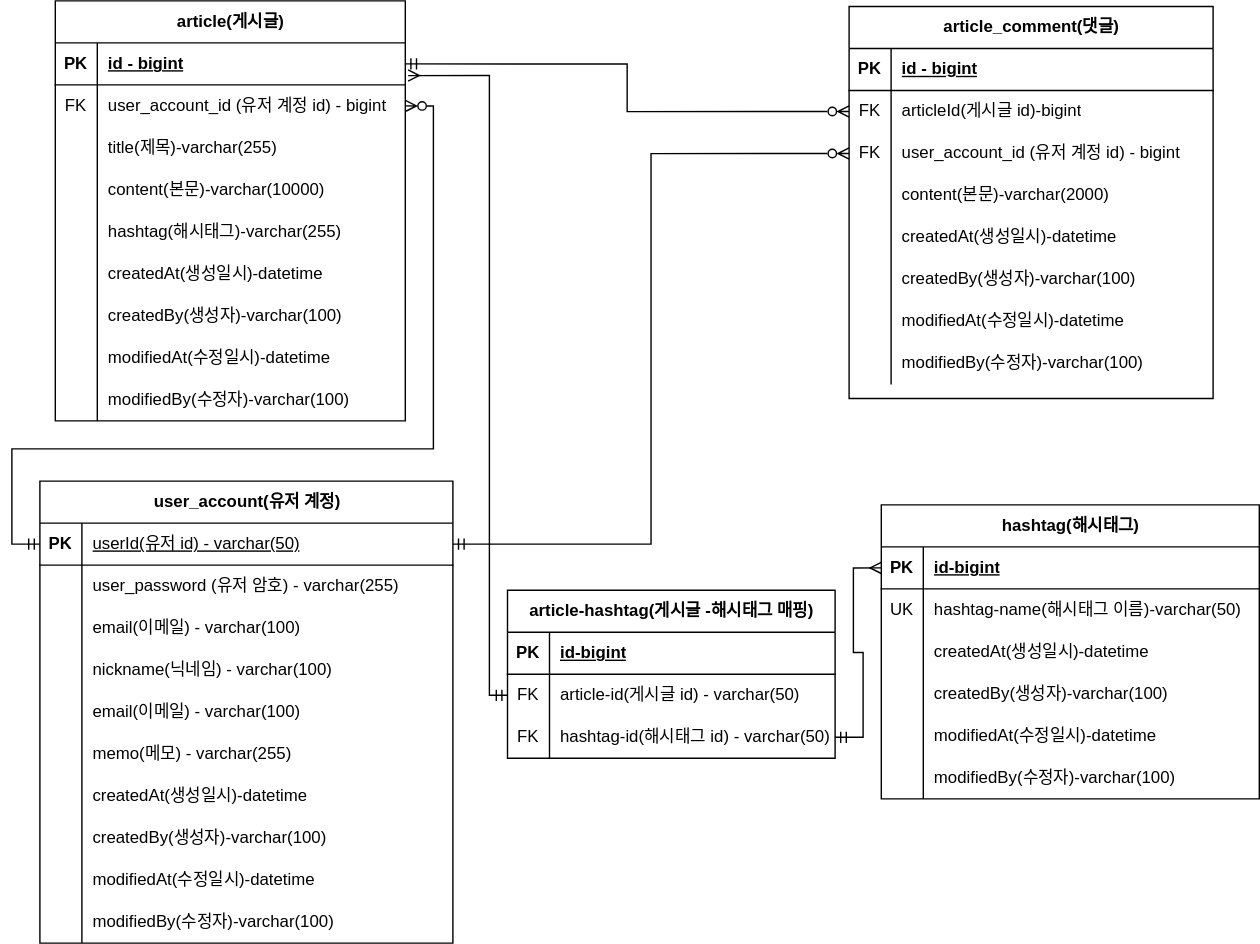
Above: document/project-board-erd.drawio.svg in Kim-Hyeong-June/fastcampus-project-board (draw.io), before the change. Source tidied: cells renumbered, new cells last; positions are measured from the earlier drawing's top-left corner, leaving out a move shared by most shapes.
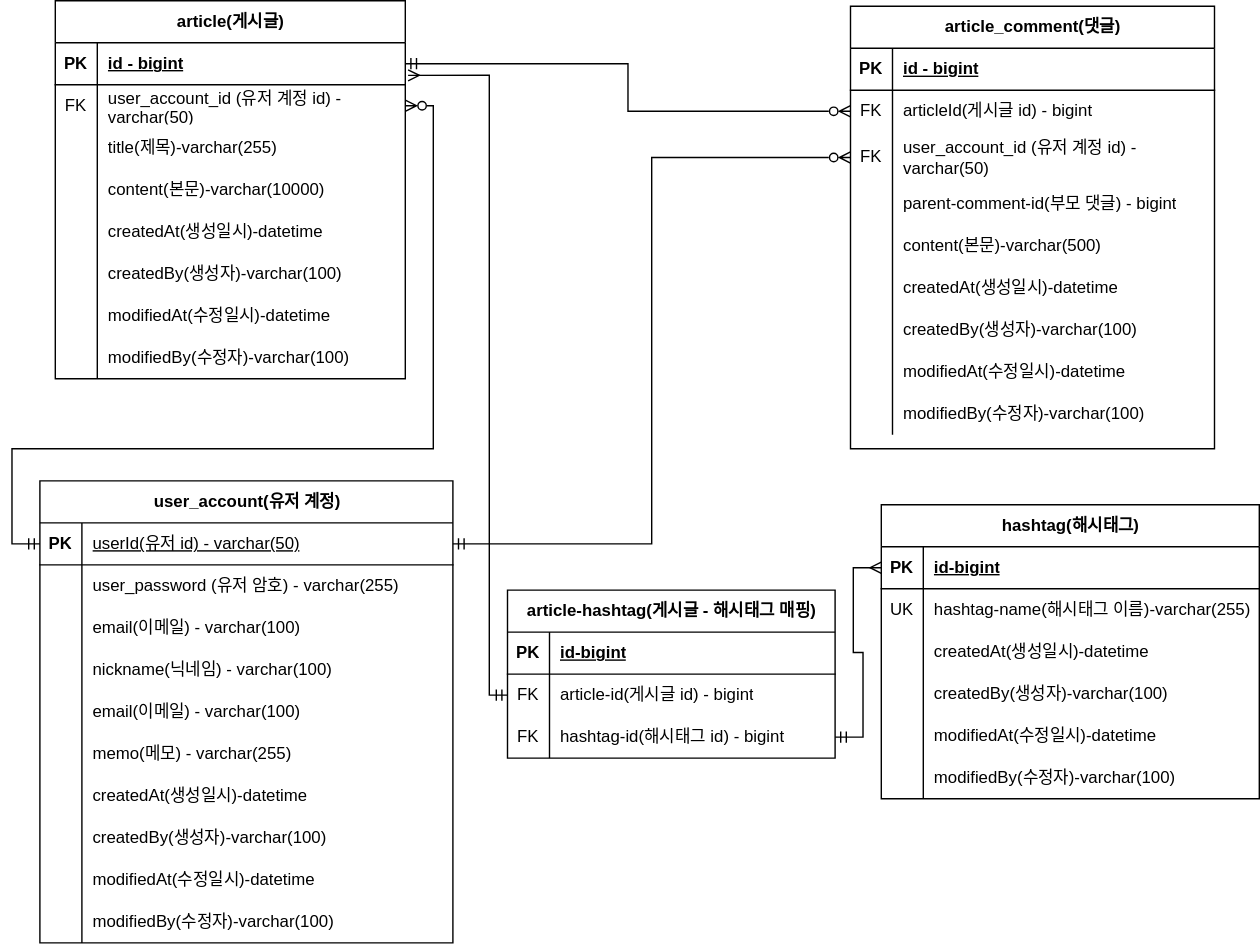
After the change.

Commit message:
대댓글 업데이트 및 데이터 타입 반영

The edit, as a diff of the source:
```diff
@@ -3,7 +3,7 @@
     <mxCell id="0" />
     <mxCell id="1" parent="0" />
     <mxCell id="2" value="article(게시글)" style="shape=table;startSize=30;rowLines=0;fontStyle=1;align=center;html=1;" parent="1" vertex="1">
-      <mxGeometry x="31" width="250" height="300" as="geometry" />
+      <mxGeometry x="31" width="250" height="270" as="geometry" />
     </mxCell>
     <mxCell id="3" style="shape=tableRow;horizontal=0;startSize=0;swimlaneHead=0;swimlaneBody=0;fillColor=none;points=[[0,0.5],[1,0.5]];portConstraint=eastwest;top=0;left=0;right=0;bottom=1;" parent="2" vertex="1">
       <mxGeometry y="30" width="250" height="30" as="geometry" />
@@ -20,7 +20,7 @@
     <mxCell id="7" value="FK" style="shape=partialRectangle;fillColor=none;top=0;left=0;bottom=0;right=0;overflow=hidden;whiteSpace=wrap;html=1;" parent="6" vertex="1">
       <mxGeometry width="30" height="30" as="geometry" />
     </mxCell>
-    <mxCell id="8" value="user_account_id (유저 계정 id) - bigint" style="shape=partialRectangle;fillColor=none;top=0;left=0;bottom=0;right=0;align=left;spacingLeft=6;overflow=hidden;whiteSpace=wrap;html=1;" parent="6" vertex="1">
+    <mxCell id="8" value="user_account_id (유저 계정 id) - varchar(50)" style="shape=partialRectangle;fillColor=none;top=0;left=0;bottom=0;right=0;align=left;spacingLeft=6;overflow=hidden;whiteSpace=wrap;html=1;" parent="6" vertex="1">
       <mxGeometry x="30" width="220" height="30" as="geometry" />
     </mxCell>
     <mxCell id="9" style="shape=tableRow;horizontal=0;startSize=0;swimlaneHead=0;swimlaneBody=0;fillColor=none;top=0;left=0;right=0;bottom=0;" parent="2" vertex="1">
@@ -41,17 +41,8 @@
     <mxCell id="14" value="content(본문)-varchar(10000)" style="shape=partialRectangle;fillColor=none;top=0;left=0;bottom=0;right=0;align=left;spacingLeft=6;overflow=hidden;whiteSpace=wrap;html=1;" parent="12" vertex="1">
       <mxGeometry x="30" width="220" height="30" as="geometry" />
     </mxCell>
-    <mxCell id="15" style="shape=tableRow;horizontal=0;startSize=0;swimlaneHead=0;swimlaneBody=0;fillColor=none;top=0;left=0;right=0;bottom=0;" parent="2" vertex="1">
-      <mxGeometry y="150" width="250" height="30" as="geometry" />
-    </mxCell>
-    <mxCell id="16" style="shape=partialRectangle;fillColor=none;top=0;left=0;bottom=0;right=0;overflow=hidden;whiteSpace=wrap;html=1;" parent="15" vertex="1">
-      <mxGeometry width="30" height="30" as="geometry" />
-    </mxCell>
-    <mxCell id="17" value="hashtag(해시태그)-varchar(255)" style="shape=partialRectangle;fillColor=none;top=0;left=0;bottom=0;right=0;align=left;spacingLeft=6;overflow=hidden;whiteSpace=wrap;html=1;" parent="15" vertex="1">
-      <mxGeometry x="30" width="220" height="30" as="geometry" />
-    </mxCell>
     <mxCell id="18" style="shape=tableRow;horizontal=0;startSize=0;swimlaneHead=0;swimlaneBody=0;fillColor=none;top=0;left=0;right=0;bottom=0;" parent="2" vertex="1">
-      <mxGeometry y="180" width="250" height="30" as="geometry" />
+      <mxGeometry y="150" width="250" height="30" as="geometry" />
     </mxCell>
     <mxCell id="19" style="shape=partialRectangle;fillColor=none;top=0;left=0;bottom=0;right=0;overflow=hidden;whiteSpace=wrap;html=1;" parent="18" vertex="1">
       <mxGeometry width="30" height="30" as="geometry" />
@@ -60,7 +51,7 @@
       <mxGeometry x="30" width="220" height="30" as="geometry" />
     </mxCell>
     <mxCell id="21" style="shape=tableRow;horizontal=0;startSize=0;swimlaneHead=0;swimlaneBody=0;fillColor=none;top=0;left=0;right=0;bottom=0;" parent="2" vertex="1">
-      <mxGeometry y="210" width="250" height="30" as="geometry" />
+      <mxGeometry y="180" width="250" height="30" as="geometry" />
     </mxCell>
     <mxCell id="22" style="shape=partialRectangle;fillColor=none;top=0;left=0;bottom=0;right=0;overflow=hidden;whiteSpace=wrap;html=1;" parent="21" vertex="1">
       <mxGeometry width="30" height="30" as="geometry" />
@@ -69,7 +60,7 @@
       <mxGeometry x="30" width="220" height="30" as="geometry" />
     </mxCell>
     <mxCell id="24" style="shape=tableRow;horizontal=0;startSize=0;swimlaneHead=0;swimlaneBody=0;fillColor=none;top=0;left=0;right=0;bottom=0;" parent="2" vertex="1">
-      <mxGeometry y="240" width="250" height="30" as="geometry" />
+      <mxGeometry y="210" width="250" height="30" as="geometry" />
     </mxCell>
     <mxCell id="25" style="shape=partialRectangle;fillColor=none;top=0;left=0;bottom=0;right=0;overflow=hidden;whiteSpace=wrap;html=1;" parent="24" vertex="1">
       <mxGeometry width="30" height="30" as="geometry" />
@@ -78,7 +69,7 @@
       <mxGeometry x="30" width="220" height="30" as="geometry" />
     </mxCell>
     <mxCell id="27" style="shape=tableRow;horizontal=0;startSize=0;swimlaneHead=0;swimlaneBody=0;fillColor=none;top=0;left=0;right=0;bottom=0;" parent="2" vertex="1">
-      <mxGeometry y="270" width="250" height="30" as="geometry" />
+      <mxGeometry y="240" width="250" height="30" as="geometry" />
     </mxCell>
     <mxCell id="28" style="shape=partialRectangle;fillColor=none;top=0;left=0;bottom=0;right=0;overflow=hidden;whiteSpace=wrap;html=1;" parent="27" vertex="1">
       <mxGeometry width="30" height="30" as="geometry" />
@@ -87,7 +78,7 @@
       <mxGeometry x="30" width="220" height="30" as="geometry" />
     </mxCell>
     <mxCell id="30" value="article_comment(댓글)" style="shape=table;startSize=30;rowLines=0;fontStyle=1;align=center;html=1;" parent="1" vertex="1">
-      <mxGeometry x="598" y="4" width="260" height="280" as="geometry" />
+      <mxGeometry x="599" y="4" width="260" height="316" as="geometry" />
     </mxCell>
     <mxCell id="31" style="shape=tableRow;horizontal=0;startSize=0;swimlaneHead=0;swimlaneBody=0;fillColor=none;top=0;left=0;right=0;bottom=1;" parent="30" vertex="1">
       <mxGeometry y="30" width="260" height="30" as="geometry" />
@@ -104,29 +95,38 @@
     <mxCell id="35" value="FK" style="shape=partialRectangle;fillColor=none;top=0;left=0;bottom=0;right=0;overflow=hidden;whiteSpace=wrap;html=1;" parent="34" vertex="1">
       <mxGeometry width="30" height="30" as="geometry" />
     </mxCell>
-    <mxCell id="36" value="articleId(게시글 id)-bigint" style="shape=partialRectangle;fillColor=none;top=0;left=0;bottom=0;right=0;align=left;spacingLeft=6;overflow=hidden;whiteSpace=wrap;html=1;" parent="34" vertex="1">
+    <mxCell id="36" value="articleId(게시글 id) - bigint" style="shape=partialRectangle;fillColor=none;top=0;left=0;bottom=0;right=0;align=left;spacingLeft=6;overflow=hidden;whiteSpace=wrap;html=1;" parent="34" vertex="1">
       <mxGeometry x="30" width="230" height="30" as="geometry" />
     </mxCell>
     <mxCell id="37" style="shape=tableRow;horizontal=0;startSize=0;swimlaneHead=0;swimlaneBody=0;fillColor=none;points=[[0,0.5],[1,0.5]];portConstraint=eastwest;top=0;left=0;right=0;bottom=0;" parent="30" vertex="1">
-      <mxGeometry y="90" width="260" height="30" as="geometry" />
+      <mxGeometry y="90" width="260" height="36" as="geometry" />
     </mxCell>
     <mxCell id="38" value="FK" style="shape=partialRectangle;fillColor=none;top=0;left=0;bottom=0;right=0;overflow=hidden;whiteSpace=wrap;html=1;" parent="37" vertex="1">
-      <mxGeometry width="30" height="30" as="geometry" />
+      <mxGeometry width="30" height="36" as="geometry" />
     </mxCell>
-    <mxCell id="39" value="user_account_id (유저 계정 id) - bigint" style="shape=partialRectangle;fillColor=none;top=0;left=0;bottom=0;right=0;align=left;spacingLeft=6;overflow=hidden;whiteSpace=wrap;html=1;" parent="37" vertex="1">
-      <mxGeometry x="30" width="230" height="30" as="geometry" />
+    <mxCell id="39" value="user_account_id (유저 계정 id) - varchar(50)" style="shape=partialRectangle;fillColor=none;top=0;left=0;bottom=0;right=0;align=left;spacingLeft=6;overflow=hidden;whiteSpace=wrap;html=1;" parent="37" vertex="1">
+      <mxGeometry x="30" width="230" height="36" as="geometry" />
     </mxCell>
+    <mxCell id="120" style="shape=tableRow;horizontal=0;startSize=0;swimlaneHead=0;swimlaneBody=0;fillColor=none;top=0;left=0;right=0;bottom=0;" parent="30" vertex="1">
+      <mxGeometry y="126" width="260" height="30" as="geometry" />
+    </mxCell>
+    <mxCell id="16" style="shape=partialRectangle;fillColor=none;top=0;left=0;bottom=0;right=0;overflow=hidden;whiteSpace=wrap;html=1;" parent="120" vertex="1">
+      <mxGeometry width="30" height="30" as="geometry" />
+    </mxCell>
+    <mxCell id="121" value="parent-comment-id(부모 댓글) - bigint" style="shape=partialRectangle;fillColor=none;top=0;left=0;bottom=0;right=0;align=left;spacingLeft=6;overflow=hidden;whiteSpace=wrap;html=1;" parent="120" vertex="1">
+      <mxGeometry x="30" width="230" height="30" as="geometry" />
+    </mxCell>
     <mxCell id="40" style="shape=tableRow;horizontal=0;startSize=0;swimlaneHead=0;swimlaneBody=0;fillColor=none;top=0;left=0;right=0;bottom=0;" parent="30" vertex="1">
-      <mxGeometry y="120" width="260" height="30" as="geometry" />
+      <mxGeometry y="156" width="260" height="30" as="geometry" />
     </mxCell>
     <mxCell id="41" style="shape=partialRectangle;fillColor=none;top=0;left=0;bottom=0;right=0;overflow=hidden;whiteSpace=wrap;html=1;" parent="40" vertex="1">
       <mxGeometry width="30" height="30" as="geometry" />
     </mxCell>
-    <mxCell id="42" value="content(본문)-varchar(2000)" style="shape=partialRectangle;fillColor=none;top=0;left=0;bottom=0;right=0;align=left;spacingLeft=6;overflow=hidden;whiteSpace=wrap;html=1;" parent="40" vertex="1">
+    <mxCell id="42" value="content(본문)-varchar(500)" style="shape=partialRectangle;fillColor=none;top=0;left=0;bottom=0;right=0;align=left;spacingLeft=6;overflow=hidden;whiteSpace=wrap;html=1;" parent="40" vertex="1">
       <mxGeometry x="30" width="230" height="30" as="geometry" />
     </mxCell>
     <mxCell id="43" style="shape=tableRow;horizontal=0;startSize=0;swimlaneHead=0;swimlaneBody=0;fillColor=none;top=0;left=0;right=0;bottom=0;" parent="30" vertex="1">
-      <mxGeometry y="150" width="260" height="30" as="geometry" />
+      <mxGeometry y="186" width="260" height="30" as="geometry" />
     </mxCell>
     <mxCell id="44" style="shape=partialRectangle;fillColor=none;top=0;left=0;bottom=0;right=0;overflow=hidden;whiteSpace=wrap;html=1;" parent="43" vertex="1">
       <mxGeometry width="30" height="30" as="geometry" />
@@ -135,7 +135,7 @@
       <mxGeometry x="30" width="230" height="30" as="geometry" />
     </mxCell>
     <mxCell id="46" style="shape=tableRow;horizontal=0;startSize=0;swimlaneHead=0;swimlaneBody=0;fillColor=none;top=0;left=0;right=0;bottom=0;" parent="30" vertex="1">
-      <mxGeometry y="180" width="260" height="30" as="geometry" />
+      <mxGeometry y="216" width="260" height="30" as="geometry" />
     </mxCell>
     <mxCell id="47" style="shape=partialRectangle;fillColor=none;top=0;left=0;bottom=0;right=0;overflow=hidden;whiteSpace=wrap;html=1;" parent="46" vertex="1">
       <mxGeometry width="30" height="30" as="geometry" />
@@ -144,7 +144,7 @@
       <mxGeometry x="30" width="230" height="30" as="geometry" />
     </mxCell>
     <mxCell id="49" style="shape=tableRow;horizontal=0;startSize=0;swimlaneHead=0;swimlaneBody=0;fillColor=none;top=0;left=0;right=0;bottom=0;" parent="30" vertex="1">
-      <mxGeometry y="210" width="260" height="30" as="geometry" />
+      <mxGeometry y="246" width="260" height="30" as="geometry" />
     </mxCell>
     <mxCell id="50" style="shape=partialRectangle;fillColor=none;top=0;left=0;bottom=0;right=0;overflow=hidden;whiteSpace=wrap;html=1;" parent="49" vertex="1">
       <mxGeometry width="30" height="30" as="geometry" />
@@ -153,7 +153,7 @@
       <mxGeometry x="30" width="230" height="30" as="geometry" />
     </mxCell>
     <mxCell id="52" style="shape=tableRow;horizontal=0;startSize=0;swimlaneHead=0;swimlaneBody=0;fillColor=none;top=0;left=0;right=0;bottom=0;" parent="30" vertex="1">
-      <mxGeometry y="240" width="260" height="30" as="geometry" />
+      <mxGeometry y="276" width="260" height="30" as="geometry" />
     </mxCell>
     <mxCell id="53" style="shape=partialRectangle;fillColor=none;top=0;left=0;bottom=0;right=0;overflow=hidden;whiteSpace=wrap;html=1;" parent="52" vertex="1">
       <mxGeometry width="30" height="30" as="geometry" />
@@ -288,7 +288,7 @@
     <mxCell id="94" value="UK" style="shape=partialRectangle;fillColor=none;top=0;left=0;bottom=0;right=0;overflow=hidden;whiteSpace=wrap;html=1;" parent="93" vertex="1">
       <mxGeometry width="30" height="30" as="geometry" />
     </mxCell>
-    <mxCell id="95" value="hashtag-name(해시태그 이름)-varchar(50)" style="shape=partialRectangle;fillColor=none;top=0;left=0;bottom=0;right=0;align=left;spacingLeft=6;overflow=hidden;whiteSpace=wrap;html=1;" parent="93" vertex="1">
+    <mxCell id="95" value="hashtag-name(해시태그 이름)-varchar(255)" style="shape=partialRectangle;fillColor=none;top=0;left=0;bottom=0;right=0;align=left;spacingLeft=6;overflow=hidden;whiteSpace=wrap;html=1;" parent="93" vertex="1">
       <mxGeometry x="30" width="240" height="30" as="geometry" />
     </mxCell>
     <mxCell id="96" style="shape=tableRow;horizontal=0;startSize=0;swimlaneHead=0;swimlaneBody=0;fillColor=none;top=0;left=0;right=0;bottom=0;" parent="89" vertex="1">
@@ -327,7 +327,7 @@
     <mxCell id="107" value="&lt;div&gt;modifiedBy(수정자)-varchar(100)&lt;br&gt;&lt;/div&gt;" style="shape=partialRectangle;fillColor=none;top=0;left=0;bottom=0;right=0;align=left;spacingLeft=6;overflow=hidden;whiteSpace=wrap;html=1;" parent="105" vertex="1">
       <mxGeometry x="30" width="240" height="30" as="geometry" />
     </mxCell>
-    <mxCell id="108" value="article-hashtag(게시글 -해시태그 매핑)" style="shape=table;startSize=30;rowLines=0;fontStyle=1;align=center;html=1;" parent="1" vertex="1">
+    <mxCell id="108" value="article-hashtag(게시글 - 해시태그 매핑)" style="shape=table;startSize=30;rowLines=0;fontStyle=1;align=center;html=1;" parent="1" vertex="1">
       <mxGeometry x="354" y="421" width="234" height="120" as="geometry" />
     </mxCell>
     <mxCell id="109" style="shape=tableRow;horizontal=0;startSize=0;swimlaneHead=0;swimlaneBody=0;fillColor=none;top=0;left=0;right=0;bottom=1;" parent="108" vertex="1">
@@ -345,7 +345,7 @@
     <mxCell id="113" value="FK" style="shape=partialRectangle;fillColor=none;top=0;left=0;bottom=0;right=0;overflow=hidden;whiteSpace=wrap;html=1;" parent="112" vertex="1">
       <mxGeometry width="30" height="30" as="geometry" />
     </mxCell>
-    <mxCell id="114" value="article-id(게시글 id) - varchar(50)" style="shape=partialRectangle;fillColor=none;top=0;left=0;bottom=0;right=0;align=left;spacingLeft=6;overflow=hidden;whiteSpace=wrap;html=1;" parent="112" vertex="1">
+    <mxCell id="114" value="article-id(게시글 id) - bigint" style="shape=partialRectangle;fillColor=none;top=0;left=0;bottom=0;right=0;align=left;spacingLeft=6;overflow=hidden;whiteSpace=wrap;html=1;" parent="112" vertex="1">
       <mxGeometry x="30" width="204" height="30" as="geometry" />
     </mxCell>
     <mxCell id="115" style="shape=tableRow;horizontal=0;startSize=0;swimlaneHead=0;swimlaneBody=0;fillColor=none;points=[[0,0.5],[1,0.5]];portConstraint=eastwest;top=0;left=0;right=0;bottom=0;" parent="108" vertex="1">
@@ -354,7 +354,7 @@
     <mxCell id="116" value="FK" style="shape=partialRectangle;fillColor=none;top=0;left=0;bottom=0;right=0;overflow=hidden;whiteSpace=wrap;html=1;" parent="115" vertex="1">
       <mxGeometry width="30" height="30" as="geometry" />
     </mxCell>
-    <mxCell id="117" value="hashtag-id(해시태그 id) - varchar(50)" style="shape=partialRectangle;fillColor=none;top=0;left=0;bottom=0;right=0;align=left;spacingLeft=6;overflow=hidden;whiteSpace=wrap;html=1;" parent="115" vertex="1">
+    <mxCell id="117" value="hashtag-id(해시태그 id) - bigint" style="shape=partialRectangle;fillColor=none;top=0;left=0;bottom=0;right=0;align=left;spacingLeft=6;overflow=hidden;whiteSpace=wrap;html=1;" parent="115" vertex="1">
       <mxGeometry x="30" width="204" height="30" as="geometry" />
     </mxCell>
     <mxCell id="118" style="edgeStyle=orthogonalEdgeStyle;rounded=0;orthogonalLoop=1;jettySize=auto;html=1;exitX=0;exitY=0.5;exitDx=0;exitDy=0;entryX=1.008;entryY=0.778;entryDx=0;entryDy=0;entryPerimeter=0;startArrow=ERmandOne;startFill=0;endArrow=ERmany;endFill=0;" parent="1" edge="1">
```
